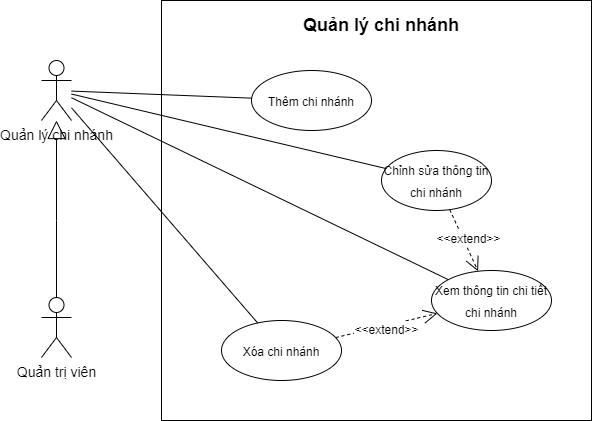
Before: img/UseCase/UseCase-Quản lý chi nhánh.drawio.png, a diagram exported from draw.io (hienbui-iwrp/DACN_report). Source tidied: cells renumbered, new cells last; positions are measured from the earlier drawing's top-left corner, leaving out a move shared by most shapes.
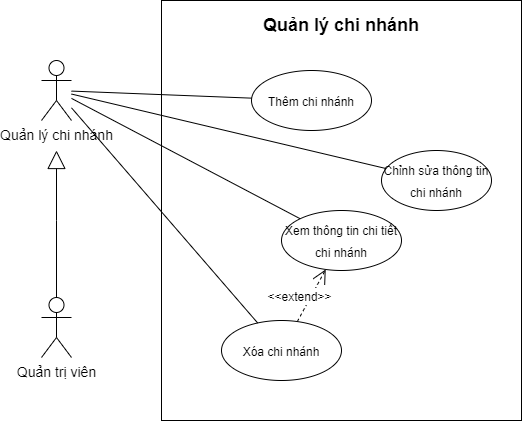
The same file after the commit.

Diff of the diagram source:
```diff
@@ -3,16 +3,16 @@
     <mxCell id="0" />
     <mxCell id="1" parent="0" />
     <mxCell id="2" style="rounded=0;whiteSpace=wrap;html=1;" parent="1" vertex="1">
-      <mxGeometry x="120" width="430" height="420" as="geometry" />
+      <mxGeometry x="120" width="360" height="420" as="geometry" />
     </mxCell>
     <mxCell id="3" value="&lt;font style=&quot;font-size: 14px;&quot;&gt;Quản trị viên&lt;/font&gt;" style="shape=umlActor;verticalLabelPosition=bottom;verticalAlign=top;html=1;outlineConnect=0;" parent="1" vertex="1">
       <mxGeometry y="297" width="30" height="60" as="geometry" />
     </mxCell>
     <mxCell id="4" value="&lt;font style=&quot;font-size: 18px;&quot;&gt;&lt;b&gt;Quản lý chi nhánh&lt;/b&gt;&lt;/font&gt;" style="text;html=1;strokeColor=none;fillColor=none;align=center;verticalAlign=middle;whiteSpace=wrap;rounded=0;rotation=0;" parent="1" vertex="1">
-      <mxGeometry x="210" y="10" width="260" height="30" as="geometry" />
+      <mxGeometry x="170" y="10" width="260" height="30" as="geometry" />
     </mxCell>
     <mxCell id="5" value="&lt;font style=&quot;font-size: 12px;&quot;&gt;Xem thông tin chi tiết chi nhánh&lt;/font&gt;" style="ellipse;whiteSpace=wrap;html=1;fontSize=18;" parent="1" vertex="1">
-      <mxGeometry x="390" y="270" width="120" height="60" as="geometry" />
+      <mxGeometry x="240" y="210" width="120" height="60" as="geometry" />
     </mxCell>
     <mxCell id="6" style="endArrow=open;dashed=1;html=1;rounded=0;fontSize=14;endFill=0;endSize=12;" parent="1" edge="1" source="11" target="5">
       <mxGeometry relative="1" as="geometry" />
@@ -25,14 +25,6 @@
     <mxCell id="8" value="&lt;font style=&quot;font-size: 12px;&quot;&gt;Chỉnh sửa thông tin chi nhánh&lt;/font&gt;" style="ellipse;whiteSpace=wrap;html=1;fontSize=18;" parent="1" vertex="1">
       <mxGeometry x="340" y="150" width="110" height="60" as="geometry" />
     </mxCell>
-    <mxCell id="9" style="endArrow=open;dashed=1;html=1;rounded=0;fontSize=14;endFill=0;endSize=12;" parent="1" edge="1" source="8" target="5">
-      <mxGeometry relative="1" as="geometry" />
-    </mxCell>
-    <mxCell id="10" value="&lt;font style=&quot;font-size: 12px;&quot;&gt;&amp;lt;&amp;lt;extend&amp;gt;&amp;gt;&lt;/font&gt;" style="edgeLabel;html=1;align=center;verticalAlign=middle;fontSize=14;" parent="9" vertex="1">
-      <mxGeometry x="0.28" y="3" relative="1" as="geometry">
-        <mxPoint x="-3" y="-10" as="offset" />
-      </mxGeometry>
-    </mxCell>
     <mxCell id="11" value="&lt;font style=&quot;font-size: 12px;&quot;&gt;Xóa chi nhánh&lt;/font&gt;" style="ellipse;whiteSpace=wrap;html=1;fontSize=18;" parent="1" vertex="1">
       <mxGeometry x="180" y="320" width="120" height="60" as="geometry" />
     </mxCell>
@@ -54,8 +46,9 @@
     <mxCell id="17" value="&lt;font style=&quot;font-size: 14px;&quot;&gt;Quản lý chi nhánh&lt;/font&gt;" style="shape=umlActor;verticalLabelPosition=bottom;verticalAlign=top;html=1;outlineConnect=0;" parent="1" vertex="1">
       <mxGeometry y="60" width="30" height="60" as="geometry" />
     </mxCell>
-    <mxCell id="18" style="endArrow=block;endSize=16;endFill=0;html=1;rounded=0;edgeStyle=orthogonalEdgeStyle;" parent="1" edge="1" source="3" target="17">
+    <mxCell id="18" style="endArrow=block;endSize=16;endFill=0;html=1;rounded=0;edgeStyle=orthogonalEdgeStyle;" parent="1" edge="1" source="3">
       <mxGeometry relative="1" as="geometry">
+        <mxPoint x="15" y="150" as="targetPoint" />
         <Array as="points">
           <mxPoint x="15" y="220" />
           <mxPoint x="15" y="220" />
```
